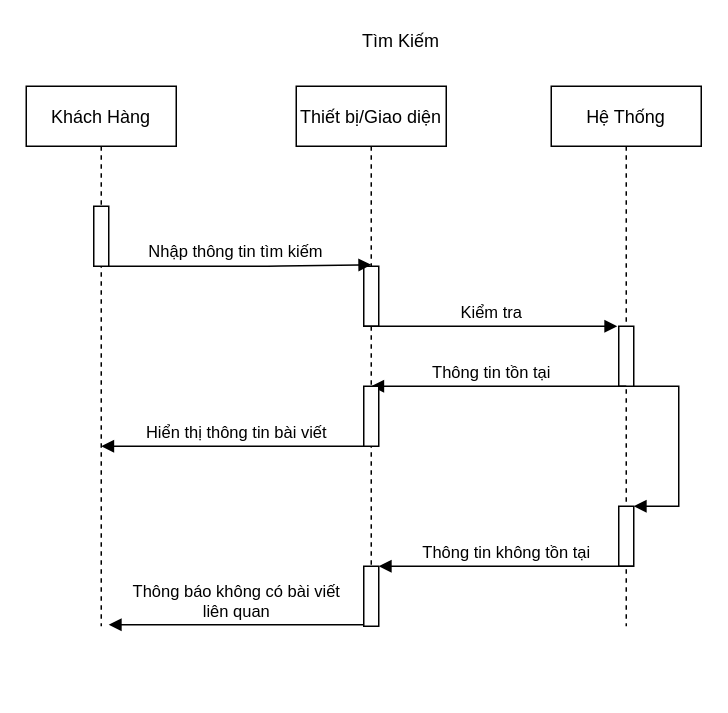
This is Drawio/Search.drawio from LuanMinhNguyen/nhom2thuctapchuyennganh, a draw.io file, before an edit. Source tidied: cells renumbered, new cells numbered last; positions are measured from the earlier drawing's top-left corner, leaving out a move shared by most shapes. Both pictures are drawn from the tidied source at 150%, with x=0, y=0 at pixel (26, 26).
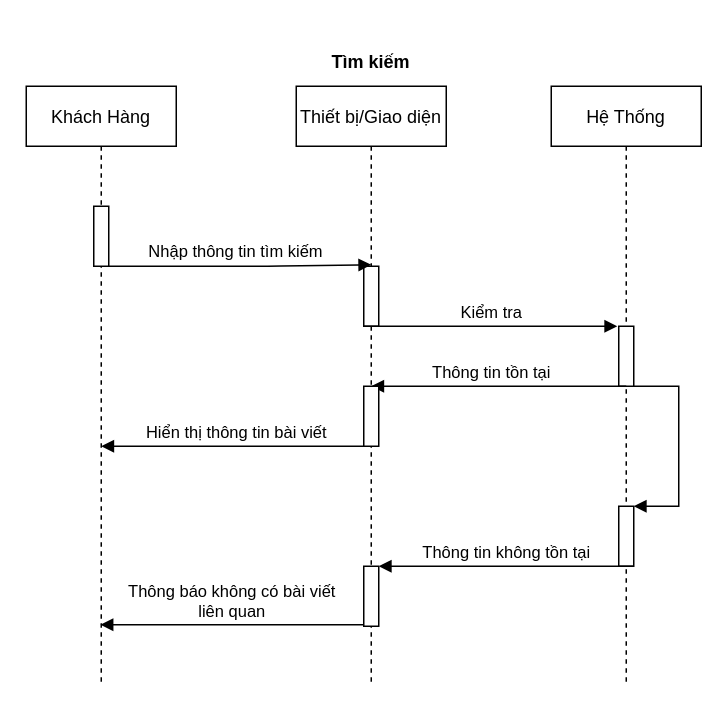
The same diagram, later.

Commit message:
So_do_tuan_tu_Search

Change to the diagram source:
```diff
@@
     <mxCell id="2" value="Khách Hàng" style="shape=umlLifeline;perimeter=lifelinePerimeter;rounded=0;shadow=0;strokeWidth=1;" parent="1" vertex="1">
-      <mxGeometry y="40" width="100" height="360" as="geometry" />
+      <mxGeometry y="40" width="100" height="400" as="geometry" />
     </mxCell>
@@
     <mxCell id="4" value="Thiết bị/Giao diện" style="shape=umlLifeline;perimeter=lifelinePerimeter;rounded=0;shadow=0;strokeWidth=1;" parent="1" vertex="1">
-      <mxGeometry x="180" y="40" width="100" height="360" as="geometry" />
+      <mxGeometry x="180" y="40" width="100" height="400" as="geometry" />
     </mxCell>
@@
     <mxCell id="7" value="Hệ Thống" style="shape=umlLifeline;perimeter=lifelinePerimeter;rounded=0;shadow=0;strokeWidth=1;" parent="1" vertex="1">
-      <mxGeometry x="350" y="40" width="100" height="360" as="geometry" />
+      <mxGeometry x="350" y="40" width="100" height="400" as="geometry" />
     </mxCell>
@@
-    <mxCell id="17" value="Thông báo không có bài viết &lt;br&gt;liên quan" style="html=1;verticalAlign=bottom;endArrow=block;exitX=0.5;exitY=1;exitDx=0;exitDy=0;exitPerimeter=0;" parent="1" edge="1">
+    <mxCell id="17" value="Thông báo không có bài viết &lt;br&gt;liên quan" style="html=1;verticalAlign=bottom;endArrow=block;exitX=0.5;exitY=1;exitDx=0;exitDy=0;exitPerimeter=0;" parent="1" edge="1" target="2">
       <mxGeometry relative="1" as="geometry">
         <mxPoint x="225" y="399" as="sourcePoint" />
-        <mxPoint x="55" y="399" as="targetPoint" />
       </mxGeometry>
     </mxCell>
-    <mxCell id="18" value="Tìm Kiếm" style="text;html=1;strokeColor=none;fillColor=none;align=center;verticalAlign=middle;whiteSpace=wrap;rounded=0;" parent="1" vertex="1">
-      <mxGeometry x="220" width="60" height="20" as="geometry" />
-    </mxCell>
+    <mxCell id="19" value="Tìm kiếm" style="text;align=center;fontStyle=1;verticalAlign=middle;spacingLeft=3;spacingRight=3;strokeColor=none;" parent="1" vertex="1">
+      <mxGeometry x="190" y="10" width="80" height="26" as="geometry" />
+    </mxCell>
```
